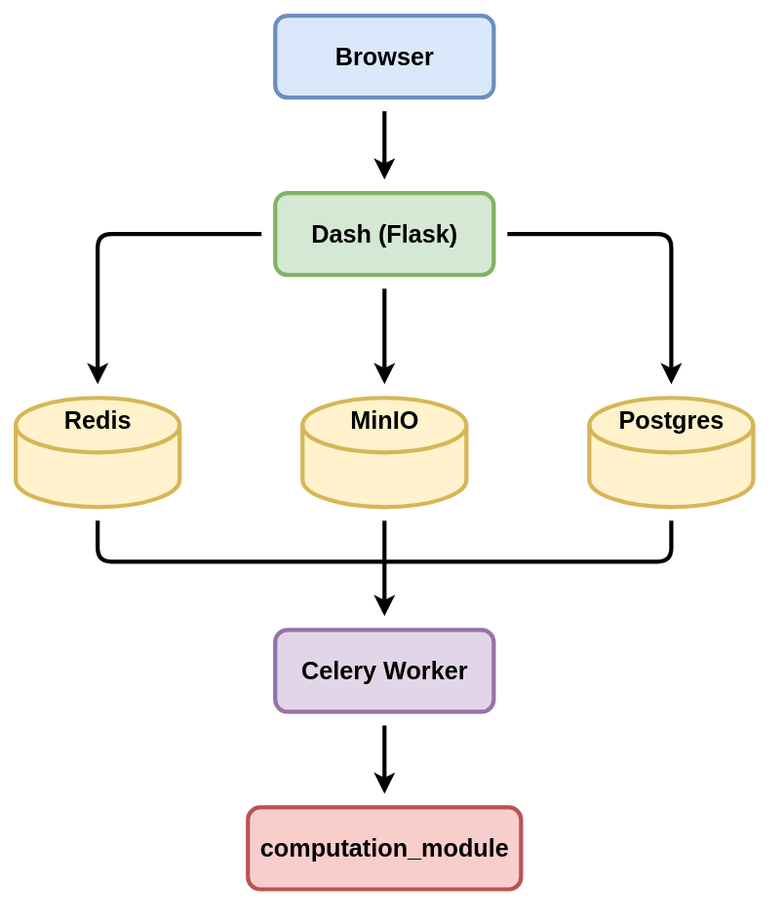
Before: docs/diagrams/architecture.svg, a diagram exported from draw.io (Helmholtz-UFZ/CosmoSuite). Source tidied: cells renumbered, new cells last; positions are measured from the earlier drawing's top-left corner, leaving out a move shared by most shapes.
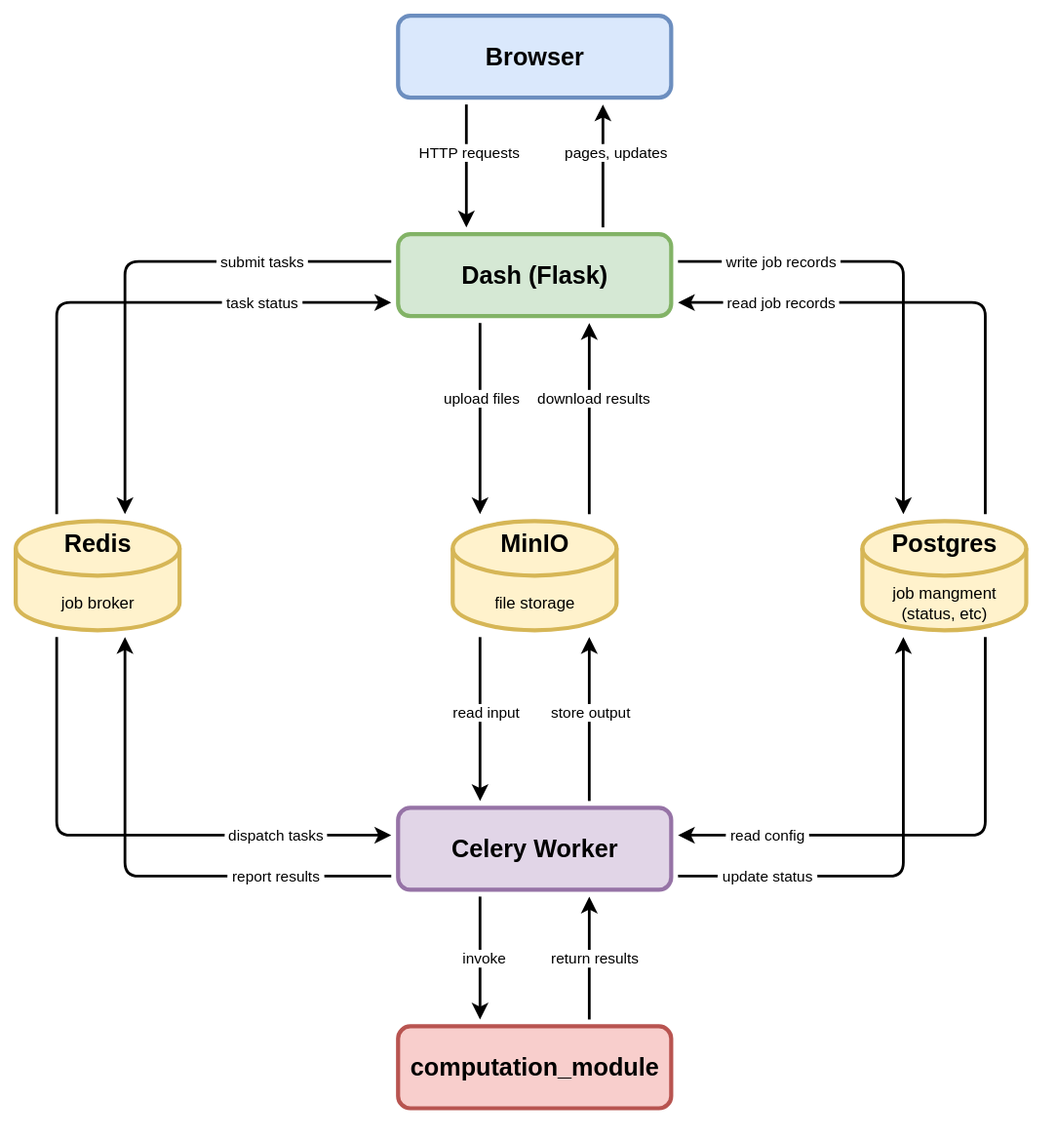
After the commit.

Change to the diagram source:
```diff
@@ -3,85 +3,160 @@
     <mxCell id="0" />
     <mxCell id="1" parent="0" />
     <mxCell id="2" value="Browser" style="rounded=1;whiteSpace=wrap;html=1;fontSize=18;fontStyle=1;strokeWidth=3;fillColor=#dae8fc;strokeColor=#6c8ebf;" parent="1" vertex="1">
-      <mxGeometry x="190" width="160" height="60" as="geometry" />
+      <mxGeometry x="290" width="200" height="60" as="geometry" />
     </mxCell>
     <mxCell id="3" value="Dash (Flask)" style="rounded=1;whiteSpace=wrap;html=1;fontSize=18;fontStyle=1;strokeWidth=3;fillColor=#d5e8d4;strokeColor=#82b366;" parent="1" vertex="1">
-      <mxGeometry x="190" y="130" width="160" height="60" as="geometry" />
+      <mxGeometry x="290" y="160" width="200" height="60" as="geometry" />
     </mxCell>
     <mxCell id="4" value="Redis" style="shape=cylinder3;whiteSpace=wrap;html=1;fontSize=18;fontStyle=1;strokeWidth=3;fillColor=#fff2cc;strokeColor=#d6b656;size=20;verticalAlign=top;" parent="1" vertex="1">
-      <mxGeometry y="280" width="120" height="80" as="geometry" />
+      <mxGeometry x="10" y="370" width="120" height="80" as="geometry" />
     </mxCell>
-    <mxCell id="5" value="MinIO" style="shape=cylinder3;whiteSpace=wrap;html=1;fontSize=18;fontStyle=1;strokeWidth=3;fillColor=#fff2cc;strokeColor=#d6b656;size=20;verticalAlign=top;labelPosition=center;verticalLabelPosition=middle;align=center;" parent="1" vertex="1">
-      <mxGeometry x="210" y="280" width="120" height="80" as="geometry" />
+    <mxCell id="5" value="MinIO" style="shape=cylinder3;whiteSpace=wrap;html=1;fontSize=18;fontStyle=1;strokeWidth=3;fillColor=#fff2cc;strokeColor=#d6b656;size=20;verticalAlign=top;" parent="1" vertex="1">
+      <mxGeometry x="330" y="370" width="120" height="80" as="geometry" />
     </mxCell>
-    <mxCell id="6" value="Postgres" style="shape=cylinder3;whiteSpace=wrap;html=1;fontSize=18;fontStyle=1;strokeWidth=3;fillColor=#fff2cc;strokeColor=#d6b656;size=20;verticalAlign=top;" parent="1" vertex="1">
-      <mxGeometry x="420" y="280" width="120" height="80" as="geometry" />
+    <mxCell id="6" value="Postgres" style="shape=cylinder3;whiteSpace=wrap;html=1;strokeWidth=3;fillColor=#fff2cc;strokeColor=#d6b656;size=20;verticalAlign=top;fontStyle=1;fontSize=18;" parent="1" vertex="1">
+      <mxGeometry x="630" y="370" width="120" height="80" as="geometry" />
     </mxCell>
     <mxCell id="7" value="Celery Worker" style="rounded=1;whiteSpace=wrap;html=1;fontSize=18;fontStyle=1;strokeWidth=3;fillColor=#e1d5e7;strokeColor=#9673a6;" parent="1" vertex="1">
-      <mxGeometry x="190" y="450" width="160" height="60" as="geometry" />
+      <mxGeometry x="290" y="580" width="200" height="60" as="geometry" />
     </mxCell>
     <mxCell id="8" value="computation_module" style="rounded=1;whiteSpace=wrap;html=1;fontSize=18;fontStyle=1;strokeWidth=3;fillColor=#f8cecc;strokeColor=#b85450;" parent="1" vertex="1">
-      <mxGeometry x="170" y="580" width="200" height="60" as="geometry" />
+      <mxGeometry x="290" y="740" width="200" height="60" as="geometry" />
     </mxCell>
-    <mxCell id="9" style="edgeStyle=orthogonalEdgeStyle;rounded=1;html=1;strokeWidth=3;" parent="1" edge="1">
-      <mxGeometry relative="1" as="geometry">
-        <mxPoint x="270" y="70" as="sourcePoint" />
-        <mxPoint x="270" y="120" as="targetPoint" />
-      </mxGeometry>
-    </mxCell>
-    <mxCell id="10" style="edgeStyle=orthogonalEdgeStyle;rounded=1;html=1;strokeWidth=3;" parent="1" edge="1">
-      <mxGeometry relative="1" as="geometry">
-        <mxPoint x="180" y="160" as="sourcePoint" />
-        <mxPoint x="60" y="270" as="targetPoint" />
-      </mxGeometry>
-    </mxCell>
-    <mxCell id="11" style="edgeStyle=orthogonalEdgeStyle;rounded=1;html=1;strokeWidth=3;" parent="1" edge="1">
-      <mxGeometry relative="1" as="geometry">
-        <mxPoint x="270" y="200" as="sourcePoint" />
-        <mxPoint x="270" y="270" as="targetPoint" />
-      </mxGeometry>
-    </mxCell>
-    <mxCell id="12" style="edgeStyle=orthogonalEdgeStyle;rounded=1;html=1;strokeWidth=3;" parent="1" edge="1">
-      <mxGeometry relative="1" as="geometry">
-        <mxPoint x="360" y="160" as="sourcePoint" />
-        <mxPoint x="480" y="270" as="targetPoint" />
-      </mxGeometry>
-    </mxCell>
-    <mxCell id="13" style="edgeStyle=orthogonalEdgeStyle;rounded=1;html=1;strokeWidth=3;endArrow=none;" parent="1" edge="1">
-      <mxGeometry relative="1" as="geometry">
-        <mxPoint x="60" y="370" as="sourcePoint" />
-        <mxPoint x="270" y="400" as="targetPoint" />
-        <Array as="points">
-          <mxPoint x="60" y="400" />
-        </Array>
-      </mxGeometry>
-    </mxCell>
-    <mxCell id="14" style="edgeStyle=orthogonalEdgeStyle;rounded=1;html=1;strokeWidth=3;endArrow=none;" parent="1" edge="1">
-      <mxGeometry relative="1" as="geometry">
-        <mxPoint x="270" y="370" as="sourcePoint" />
-        <mxPoint x="270" y="400" as="targetPoint" />
-      </mxGeometry>
-    </mxCell>
-    <mxCell id="15" style="edgeStyle=orthogonalEdgeStyle;rounded=1;html=1;strokeWidth=3;endArrow=none;" parent="1" edge="1">
-      <mxGeometry relative="1" as="geometry">
-        <mxPoint x="480" y="370" as="sourcePoint" />
-        <mxPoint x="270" y="400" as="targetPoint" />
-        <Array as="points">
-          <mxPoint x="480" y="400" />
-        </Array>
-      </mxGeometry>
-    </mxCell>
-    <mxCell id="16" style="edgeStyle=orthogonalEdgeStyle;rounded=1;html=1;strokeWidth=3;" parent="1" edge="1">
-      <mxGeometry relative="1" as="geometry">
-        <mxPoint x="270" y="400" as="sourcePoint" />
-        <mxPoint x="270" y="440" as="targetPoint" />
-      </mxGeometry>
-    </mxCell>
-    <mxCell id="17" style="edgeStyle=orthogonalEdgeStyle;rounded=1;html=1;strokeWidth=3;" parent="1" edge="1">
-      <mxGeometry relative="1" as="geometry">
-        <mxPoint x="270" y="520" as="sourcePoint" />
-        <mxPoint x="270" y="570" as="targetPoint" />
-      </mxGeometry>
-    </mxCell>
+    <mxCell id="18" value="HTTP requests" style="edgeStyle=orthogonalEdgeStyle;rounded=1;html=1;strokeWidth=2;fontSize=11;align=right;" parent="1" edge="1">
+      <mxGeometry x="-0.22" y="40" relative="1" as="geometry">
+        <mxPoint x="340" y="65" as="sourcePoint" />
+        <mxPoint x="340" y="155" as="targetPoint" />
+      </mxGeometry>
+    </mxCell>
+    <mxCell id="19" value="pages, updates" style="edgeStyle=orthogonalEdgeStyle;rounded=1;html=1;strokeWidth=2;fontSize=11;align=left;" parent="1" edge="1">
+      <mxGeometry x="0.22" y="30" relative="1" as="geometry">
+        <mxPoint x="440" y="155" as="sourcePoint" />
+        <mxPoint x="440" y="65" as="targetPoint" />
+      </mxGeometry>
+    </mxCell>
+    <mxCell id="20" value="&amp;nbsp;submit tasks&amp;nbsp;" style="edgeStyle=orthogonalEdgeStyle;rounded=1;html=1;strokeWidth=2;fontSize=11;" parent="1" edge="1">
+      <mxGeometry x="-0.5" relative="1" as="geometry">
+        <mxPoint x="285" y="180" as="sourcePoint" />
+        <mxPoint x="90" y="365" as="targetPoint" />
+        <Array as="points">
+          <mxPoint x="90" y="180" />
+        </Array>
+      </mxGeometry>
+    </mxCell>
+    <mxCell id="21" value="&amp;nbsp;task status&amp;nbsp;" style="edgeStyle=orthogonalEdgeStyle;rounded=1;html=1;strokeWidth=2;fontSize=11;" parent="1" edge="1">
+      <mxGeometry x="0.52" relative="1" as="geometry">
+        <mxPoint x="40" y="365" as="sourcePoint" />
+        <mxPoint x="285" y="210" as="targetPoint" />
+        <Array as="points">
+          <mxPoint x="40" y="210" />
+        </Array>
+      </mxGeometry>
+    </mxCell>
+    <mxCell id="22" value="upload files" style="edgeStyle=orthogonalEdgeStyle;rounded=1;html=1;strokeWidth=2;fontSize=11;align=right;" parent="1" edge="1">
+      <mxGeometry x="-0.21" y="30" relative="1" as="geometry">
+        <mxPoint x="350" y="225" as="sourcePoint" />
+        <mxPoint x="350" y="365" as="targetPoint" />
+      </mxGeometry>
+    </mxCell>
+    <mxCell id="23" value="download results" style="edgeStyle=orthogonalEdgeStyle;rounded=1;html=1;strokeWidth=2;fontSize=11;align=left;" parent="1" edge="1">
+      <mxGeometry x="0.21" y="40" relative="1" as="geometry">
+        <mxPoint x="430" y="365" as="sourcePoint" />
+        <mxPoint x="430" y="225" as="targetPoint" />
+      </mxGeometry>
+    </mxCell>
+    <mxCell id="24" value="&amp;nbsp;write job records&amp;nbsp;" style="edgeStyle=orthogonalEdgeStyle;rounded=1;html=1;strokeWidth=2;fontSize=11;" parent="1" edge="1">
+      <mxGeometry x="-0.57" relative="1" as="geometry">
+        <mxPoint x="495" y="180" as="sourcePoint" />
+        <mxPoint x="660" y="365" as="targetPoint" />
+        <Array as="points">
+          <mxPoint x="660" y="180" />
+        </Array>
+      </mxGeometry>
+    </mxCell>
+    <mxCell id="25" value="&amp;nbsp;read job records&amp;nbsp;" style="edgeStyle=orthogonalEdgeStyle;rounded=1;html=1;strokeWidth=2;fontSize=11;" parent="1" edge="1">
+      <mxGeometry x="0.61" relative="1" as="geometry">
+        <mxPoint x="720" y="365" as="sourcePoint" />
+        <mxPoint x="495" y="210" as="targetPoint" />
+        <Array as="points">
+          <mxPoint x="720" y="210" />
+        </Array>
+      </mxGeometry>
+    </mxCell>
+    <mxCell id="26" value="&amp;nbsp;dispatch tasks&amp;nbsp;" style="edgeStyle=orthogonalEdgeStyle;rounded=1;html=1;strokeWidth=2;fontSize=11;" parent="1" edge="1">
+      <mxGeometry x="0.56" relative="1" as="geometry">
+        <mxPoint x="40" y="455" as="sourcePoint" />
+        <mxPoint x="285" y="600" as="targetPoint" />
+        <Array as="points">
+          <mxPoint x="40" y="600" />
+        </Array>
+      </mxGeometry>
+    </mxCell>
+    <mxCell id="27" value="&amp;nbsp;report results&amp;nbsp;" style="edgeStyle=orthogonalEdgeStyle;rounded=1;html=1;strokeWidth=2;fontSize=11;" parent="1" edge="1">
+      <mxGeometry x="-0.54" relative="1" as="geometry">
+        <mxPoint x="285" y="630" as="sourcePoint" />
+        <mxPoint x="90" y="455" as="targetPoint" />
+        <Array as="points">
+          <mxPoint x="90" y="630" />
+        </Array>
+      </mxGeometry>
+    </mxCell>
+    <mxCell id="28" value="read input" style="edgeStyle=orthogonalEdgeStyle;rounded=1;html=1;strokeWidth=2;fontSize=11;align=right;" parent="1" edge="1">
+      <mxGeometry x="-0.08" y="30" relative="1" as="geometry">
+        <mxPoint x="350" y="455" as="sourcePoint" />
+        <mxPoint x="350" y="575" as="targetPoint" />
+      </mxGeometry>
+    </mxCell>
+    <mxCell id="29" value="store output" style="edgeStyle=orthogonalEdgeStyle;rounded=1;html=1;strokeWidth=2;fontSize=11;align=left;" parent="1" edge="1">
+      <mxGeometry x="0.08" y="30" relative="1" as="geometry">
+        <mxPoint x="430" y="575" as="sourcePoint" />
+        <mxPoint x="430" y="455" as="targetPoint" />
+      </mxGeometry>
+    </mxCell>
+    <mxCell id="30" value="&amp;nbsp;update status&amp;nbsp;" style="edgeStyle=orthogonalEdgeStyle;rounded=1;html=1;strokeWidth=2;fontSize=11;" parent="1" edge="1">
+      <mxGeometry x="-0.62" relative="1" as="geometry">
+        <mxPoint x="495" y="630" as="sourcePoint" />
+        <mxPoint x="660" y="455" as="targetPoint" />
+        <Array as="points">
+          <mxPoint x="660" y="630" />
+        </Array>
+      </mxGeometry>
+    </mxCell>
+    <mxCell id="31" value="&amp;nbsp;read config&amp;nbsp;" style="edgeStyle=orthogonalEdgeStyle;rounded=1;html=1;strokeWidth=2;fontSize=11;" parent="1" edge="1">
+      <mxGeometry x="0.65" relative="1" as="geometry">
+        <mxPoint x="720" y="455" as="sourcePoint" />
+        <mxPoint x="495" y="600" as="targetPoint" />
+        <Array as="points">
+          <mxPoint x="720" y="600" />
+        </Array>
+      </mxGeometry>
+    </mxCell>
+    <mxCell id="32" value="invoke" style="edgeStyle=orthogonalEdgeStyle;rounded=1;html=1;strokeWidth=2;fontSize=11;align=right;" parent="1" edge="1">
+      <mxGeometry y="20" relative="1" as="geometry">
+        <mxPoint x="350" y="645" as="sourcePoint" />
+        <mxPoint x="350" y="735" as="targetPoint" />
+      </mxGeometry>
+    </mxCell>
+    <mxCell id="33" value="return results" style="edgeStyle=orthogonalEdgeStyle;rounded=1;html=1;strokeWidth=2;fontSize=11;align=left;" parent="1" edge="1">
+      <mxGeometry y="30" relative="1" as="geometry">
+        <mxPoint x="430" y="735" as="sourcePoint" />
+        <mxPoint x="430" y="645" as="targetPoint" />
+      </mxGeometry>
+    </mxCell>
+    <object id="34" label="job broker" name="Variable" placeholders="1">
+      <mxCell style="text;html=1;strokeColor=none;fillColor=none;align=center;verticalAlign=middle;whiteSpace=wrap;overflow=hidden;" parent="1" vertex="1">
+        <mxGeometry x="30" y="420" width="80" height="20" as="geometry" />
+      </mxCell>
+    </object>
+    <object id="35" label="file storage" name="Variable" placeholders="1">
+      <mxCell style="text;html=1;strokeColor=none;fillColor=none;align=center;verticalAlign=middle;whiteSpace=wrap;overflow=hidden;" parent="1" vertex="1">
+        <mxGeometry x="350" y="420" width="80" height="20" as="geometry" />
+      </mxCell>
+    </object>
+    <object id="36" label="job mangment&lt;div&gt;(status, etc)&lt;/div&gt;" name="Variable" placeholders="1">
+      <mxCell style="text;html=1;strokeColor=none;fillColor=none;align=center;verticalAlign=middle;whiteSpace=wrap;overflow=hidden;" parent="1" vertex="1">
+        <mxGeometry x="650" y="410" width="80" height="40" as="geometry" />
+      </mxCell>
+    </object>
   </root>
 </mxGraphModel>
```
